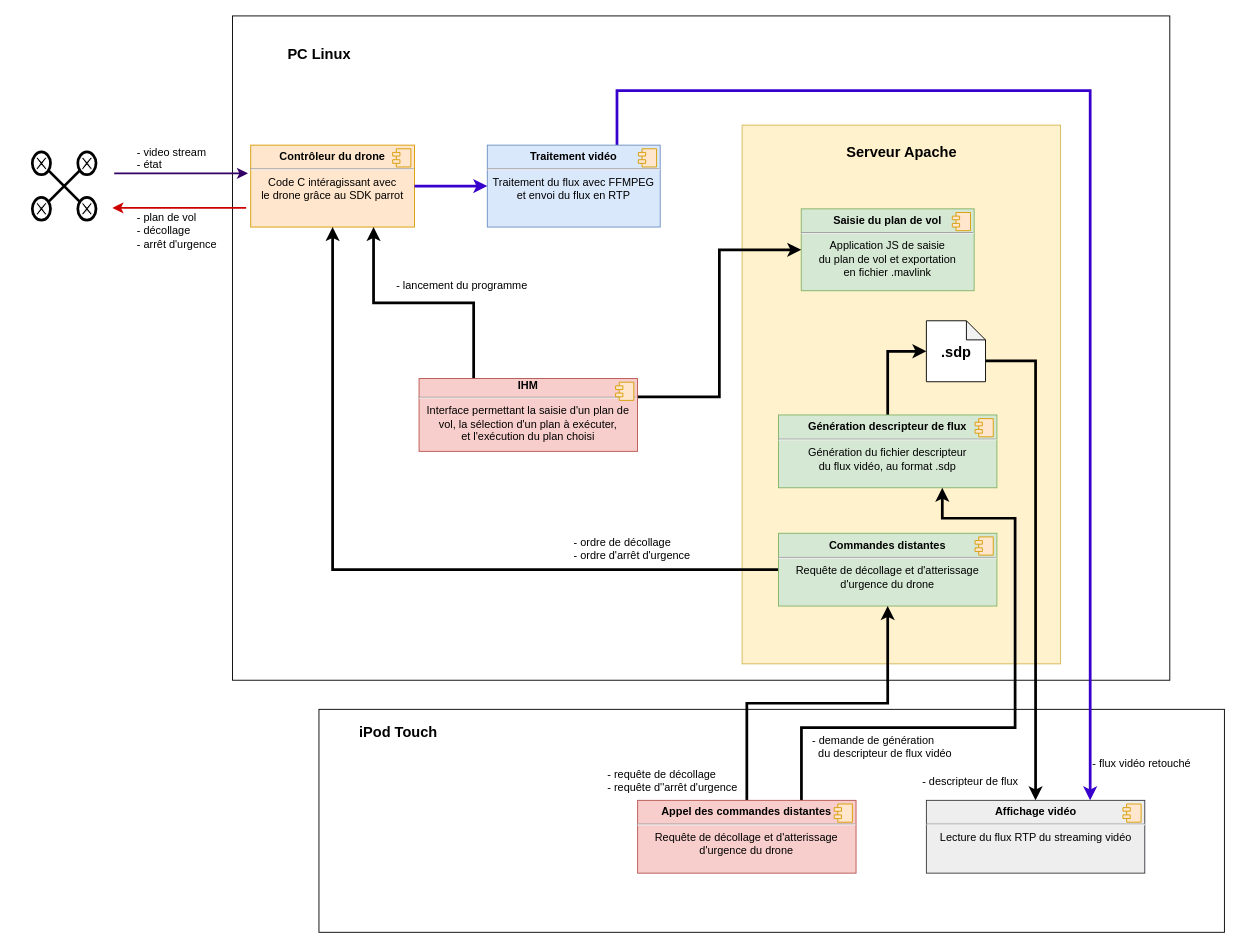
This is new_archi_log/new_archi_logicielle.drawio from FabienMnsn/3i013-Bebop2, a draw.io file, before an edit. Source tidied: cells renumbered, new cells numbered last; positions are measured from the earlier drawing's top-left corner, leaving out a move shared by most shapes. Both pictures are drawn from the tidied source at 91%, with x=0, y=0 at pixel (32, 15). Pictures stored in the file or linked from it are replaced by grey dashed boxes.
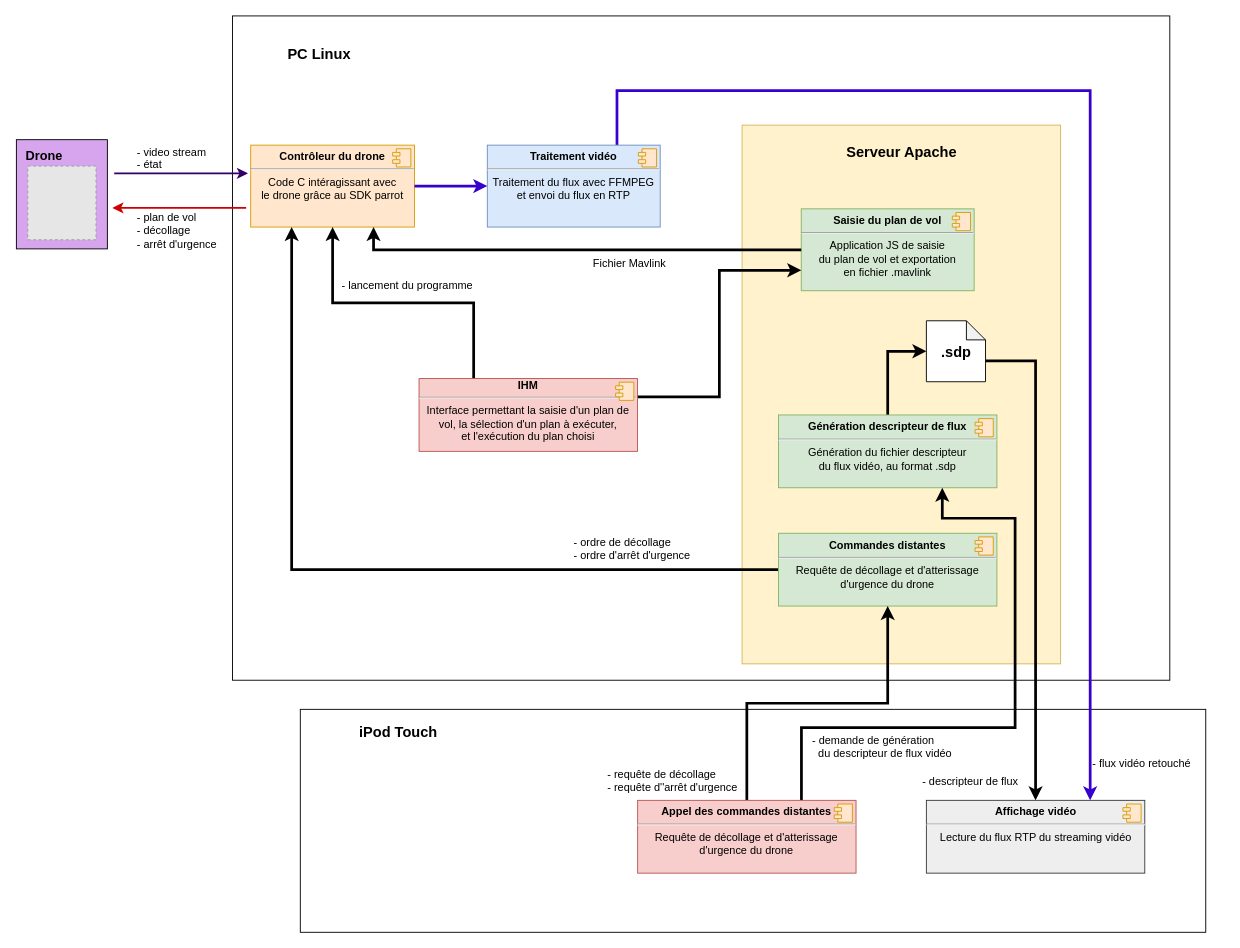
Above is the later version.

Commit message (it also covers changes not shown here):
rapport + archi

Unchanged cells that the change refers to:
```xml
<mxCell id="5" value="&lt;p style=&quot;margin: 0px ; margin-top: 6px ; text-align: center&quot;&gt;&lt;b&gt;Contrôleur du drone&lt;br&gt;&lt;/b&gt;&lt;/p&gt;&lt;hr&gt;&lt;div align=&quot;center&quot;&gt;Code C intéragissant avec &lt;br&gt;&lt;/div&gt;&lt;div align=&quot;center&quot;&gt;le drone grâce au SDK parrot&lt;br&gt;&lt;/div&gt;" style="align=left;overflow=fill;html=1;fillColor=#ffe6cc;strokeColor=#d79b00;" parent="1" vertex="1">
  <mxGeometry x="240" y="142" width="180" height="90" as="geometry" />
</mxCell>
<mxCell id="20" value="&lt;p style=&quot;margin: 6px 0px 0px&quot; align=&quot;center&quot;&gt;&lt;b&gt;Saisie du plan de vol&lt;br&gt;&lt;/b&gt;&lt;/p&gt;&lt;hr align=&quot;center&quot;&gt;&lt;div align=&quot;center&quot;&gt;Application JS de saisie&lt;/div&gt;&lt;div align=&quot;center&quot;&gt;du plan de vol et exportation&lt;/div&gt;&lt;div align=&quot;center&quot;&gt;en fichier .mavlink&lt;br&gt;&lt;/div&gt;" style="align=left;overflow=fill;html=1;fillColor=#d5e8d4;strokeColor=#82b366;" parent="1" vertex="1">
  <mxGeometry x="845" y="212" width="190" height="90" as="geometry" />
</mxCell>
<mxCell id="26" value="&lt;p style=&quot;margin: 6px 0px 0px&quot; align=&quot;center&quot;&gt;&lt;b&gt;Commandes distantes&lt;br&gt;&lt;/b&gt;&lt;/p&gt;&lt;hr align=&quot;center&quot;&gt;&lt;div align=&quot;center&quot;&gt;Requête de décollage et d'atterissage &lt;br&gt;&lt;/div&gt;&lt;div align=&quot;center&quot;&gt;d'urgence du drone&lt;/div&gt;" style="align=left;overflow=fill;html=1;fillColor=#d5e8d4;strokeColor=#82b366;" parent="1" vertex="1">
  <mxGeometry x="820" y="568.5" width="240" height="80" as="geometry" />
</mxCell>
<mxCell id="40" value="&lt;div align=&quot;center&quot;&gt;&lt;b&gt;IHM&lt;/b&gt;&lt;/div&gt;&lt;hr align=&quot;center&quot;&gt;&lt;div align=&quot;center&quot;&gt;Interface permettant la saisie d'un plan de &lt;br&gt;&lt;/div&gt;&lt;div align=&quot;center&quot;&gt;vol, la sélection d'un plan à exécuter, &lt;br&gt;&lt;/div&gt;&lt;div align=&quot;center&quot;&gt;et l'exécution du plan choisi&lt;/div&gt;" style="align=left;overflow=fill;html=1;fillColor=#f8cecc;strokeColor=#b85450;" parent="1" vertex="1">
  <mxGeometry x="425" y="398.5" width="240" height="80" as="geometry" />
</mxCell>
```

What changed in the source:
```diff
@@
     <mxCell id="3" style="rounded=0;whiteSpace=wrap;html=1;" parent="1" vertex="1">
-      <mxGeometry x="315" y="762" width="995" height="245" as="geometry" />
+      <mxGeometry x="294.5" y="762" width="995" height="245" as="geometry" />
     </mxCell>
@@
-    <mxCell id="7" style="shape=umlDestroy;whiteSpace=wrap;html=1;strokeWidth=3;" parent="1" vertex="1">
-      <mxGeometry x="10" y="162" width="50" height="50" as="geometry" />
-    </mxCell>
-    <mxCell id="8" style="shape=mxgraph.bpmn.shape;html=1;verticalLabelPosition=bottom;labelBackgroundColor=#ffffff;verticalAlign=top;align=center;perimeter=ellipsePerimeter;outline=end;symbol=cancel;" parent="1" vertex="1">
-      <mxGeometry y="149.5" width="20" height="25" as="geometry" />
-    </mxCell>
-    <mxCell id="9" style="shape=mxgraph.bpmn.shape;html=1;verticalLabelPosition=bottom;labelBackgroundColor=#ffffff;verticalAlign=top;align=center;perimeter=ellipsePerimeter;outline=end;symbol=cancel;" parent="1" vertex="1">
-      <mxGeometry x="50" y="149.5" width="20" height="25" as="geometry" />
-    </mxCell>
-    <mxCell id="10" style="shape=mxgraph.bpmn.shape;html=1;verticalLabelPosition=bottom;labelBackgroundColor=#ffffff;verticalAlign=top;align=center;perimeter=ellipsePerimeter;outline=end;symbol=cancel;" parent="1" vertex="1">
-      <mxGeometry y="199.5" width="20" height="25" as="geometry" />
-    </mxCell>
-    <mxCell id="11" style="shape=mxgraph.bpmn.shape;html=1;verticalLabelPosition=bottom;labelBackgroundColor=#ffffff;verticalAlign=top;align=center;perimeter=ellipsePerimeter;outline=end;symbol=cancel;" parent="1" vertex="1">
-      <mxGeometry x="50" y="199.5" width="20" height="25" as="geometry" />
-    </mxCell>
@@
-    <mxCell id="25" style="edgeStyle=orthogonalEdgeStyle;rounded=0;jettySize=auto;html=1;exitX=0;exitY=0.5;exitDx=0;exitDy=0;entryX=0.5;entryY=1;entryDx=0;entryDy=0;strokeColor=#000000;strokeWidth=3;" parent="1" edge="1" source="26" target="5">
+    <mxCell id="25" style="edgeStyle=orthogonalEdgeStyle;rounded=0;jettySize=auto;html=1;exitX=0;exitY=0.5;exitDx=0;exitDy=0;entryX=0.25;entryY=1;entryDx=0;entryDy=0;strokeColor=#000000;strokeWidth=3;" parent="1" edge="1" source="26" target="5">
       <mxGeometry relative="1" as="geometry" />
     </mxCell>
@@
-    <mxCell id="38" style="edgeStyle=orthogonalEdgeStyle;rounded=0;jettySize=auto;html=1;exitX=1;exitY=0.25;exitDx=0;exitDy=0;entryX=0;entryY=0.5;entryDx=0;entryDy=0;strokeColor=#000000;strokeWidth=3;" parent="1" edge="1" source="40" target="20">
+    <mxCell id="38" style="edgeStyle=orthogonalEdgeStyle;rounded=0;jettySize=auto;html=1;exitX=1;exitY=0.25;exitDx=0;exitDy=0;entryX=0;entryY=0.75;entryDx=0;entryDy=0;strokeColor=#000000;strokeWidth=3;" parent="1" edge="1" source="40" target="20">
       <mxGeometry relative="1" as="geometry" />
     </mxCell>
-    <mxCell id="39" style="edgeStyle=orthogonalEdgeStyle;rounded=0;jettySize=auto;html=1;exitX=0.25;exitY=0;exitDx=0;exitDy=0;entryX=0.75;entryY=1;entryDx=0;entryDy=0;strokeColor=#000000;strokeWidth=3;" parent="1" edge="1" source="40" target="5">
+    <mxCell id="39" style="edgeStyle=orthogonalEdgeStyle;rounded=0;jettySize=auto;html=1;exitX=0.25;exitY=0;exitDx=0;exitDy=0;entryX=0.5;entryY=1;entryDx=0;entryDy=0;strokeColor=#000000;strokeWidth=3;" parent="1" edge="1" source="40" target="5">
       <mxGeometry relative="1" as="geometry" />
     </mxCell>
@@
     <mxCell id="42" value="&amp;nbsp;- lancement du programme" style="text;html=1;align=left;verticalAlign=top;spacingTop=-4;" parent="1" vertex="1">
-      <mxGeometry x="395" y="287" width="170" height="20" as="geometry" />
+      <mxGeometry x="335" y="287" width="170" height="20" as="geometry" />
     </mxCell>
@@
+    <mxCell id="49" style="edgeStyle=orthogonalEdgeStyle;rounded=0;jettySize=auto;html=1;exitX=0;exitY=0.5;exitDx=0;exitDy=0;entryX=0.75;entryY=1;entryDx=0;entryDy=0;strokeColor=#000000;strokeWidth=3;" parent="1" edge="1" source="20" target="5">
+      <mxGeometry relative="1" as="geometry" />
+    </mxCell>
+    <mxCell id="50" value="Fichier Mavlink" style="text;html=1;strokeColor=none;fillColor=none;align=center;verticalAlign=middle;whiteSpace=wrap;rounded=0;" parent="1" vertex="1">
+      <mxGeometry x="595" y="261.5" width="123" height="20" as="geometry" />
+    </mxCell>
+    <mxCell id="51" value="&lt;div style=&quot;font-size: 14px&quot; align=&quot;left&quot;&gt;&lt;font style=&quot;font-size: 14px&quot;&gt;&lt;br&gt;&lt;/font&gt;&lt;/div&gt;&lt;div style=&quot;font-size: 14px&quot; align=&quot;left&quot;&gt;&lt;p&gt;&lt;font style=&quot;font-size: 14px&quot;&gt;&lt;b&gt;Drone&lt;/b&gt;&lt;/font&gt;&lt;/p&gt;&lt;/div&gt;&lt;p style=&quot;font-size: 14px&quot;&gt;&lt;/p&gt;" style="rounded=0;whiteSpace=wrap;html=1;strokeColor=#000000;strokeWidth=1;&#10;align=left;verticalAlign=top;spacing=10;fillColor=#D6A5ED;gradientColor=none;&#10;spacingTop=-4;fillColor=#D6A5ED;strokeWidth=1;spacingTop=-36;spacingLeft=0;align=left;" parent="1" vertex="1">
+      <mxGeometry x="-17.5" y="136" width="100" height="120" as="geometry" />
+    </mxCell>
+    <mxCell id="52" style="fillColor=#E6E6E6;strokeColor=#999999;dashed=1;verticalLabelPosition=bottom;labelBackgroundColor=#ffffff;verticalAlign=top;" parent="1" vertex="1">
+      <mxGeometry x="-5" y="165" width="75" height="81" as="geometry" />
+    </mxCell>
```
